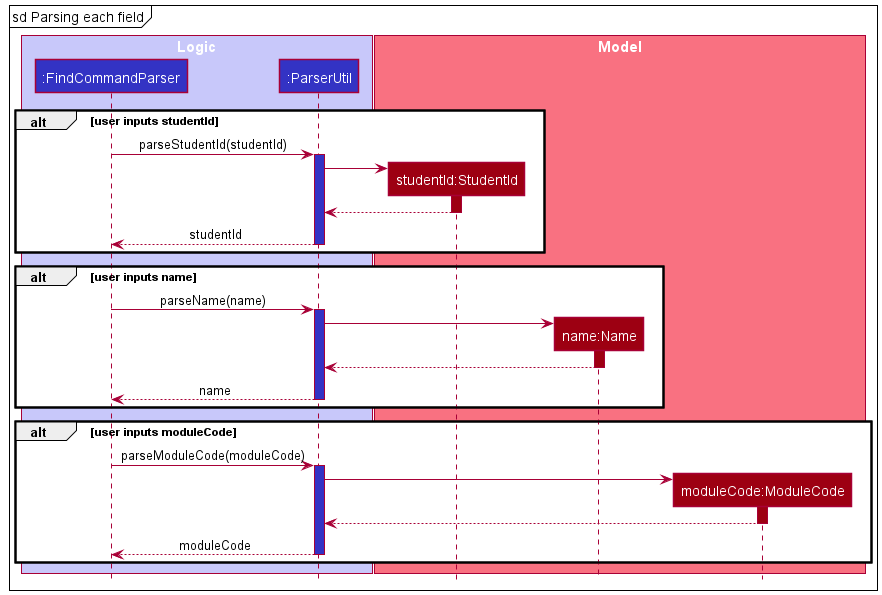
Before: docs/images/FindCommandSequenceDiagram-2.png, a diagram exported from PlantUML (nus-cs2103-AY2122S2/tp). The source it was exported from:
```plantuml
@startuml
!include style.puml

box "Logic" LOGIC_COLOR_T1
participant ":FindCommandParser" as FindCommandParser LOGIC_COLOR
participant ":ParserUtil" as ParserUtil LOGIC_COLOR
end box

box "Model" MODEL_COLOR_T1
participant "studentId:StudentId" as StudentId MODEL_COLOR
participant "name:Name" as Name MODEL_COLOR
participant "moduleCode:ModuleCode" as ModuleCode MODEL_COLOR
end box

mainframe sd Parsing each field

alt user inputs studentId
    FindCommandParser -> ParserUtil ++ LOGIC_COLOR: parseStudentId(studentId)
    create StudentId
    ParserUtil -> StudentId
    activate StudentId MODEL_COLOR
    StudentId --> ParserUtil
    deactivate StudentId
    ParserUtil --> FindCommandParser -- MODEL_COLOR: studentId
end

alt user inputs name
    FindCommandParser -> ParserUtil ++ LOGIC_COLOR: parseName(name)
    create Name
    ParserUtil -> Name
    activate Name MODEL_COLOR
    Name --> ParserUtil
    deactivate Name
    ParserUtil --> FindCommandParser -- MODEL_COLOR: name
end

alt user inputs moduleCode
    FindCommandParser -> ParserUtil ++ LOGIC_COLOR: parseModuleCode(moduleCode)
    create ModuleCode
    ParserUtil -> ModuleCode
    activate ModuleCode MODEL_COLOR
    ModuleCode --> ParserUtil
    deactivate ModuleCode
    ParserUtil --> FindCommandParser -- LOGIC_COLOR: moduleCode
end
@enduml
```
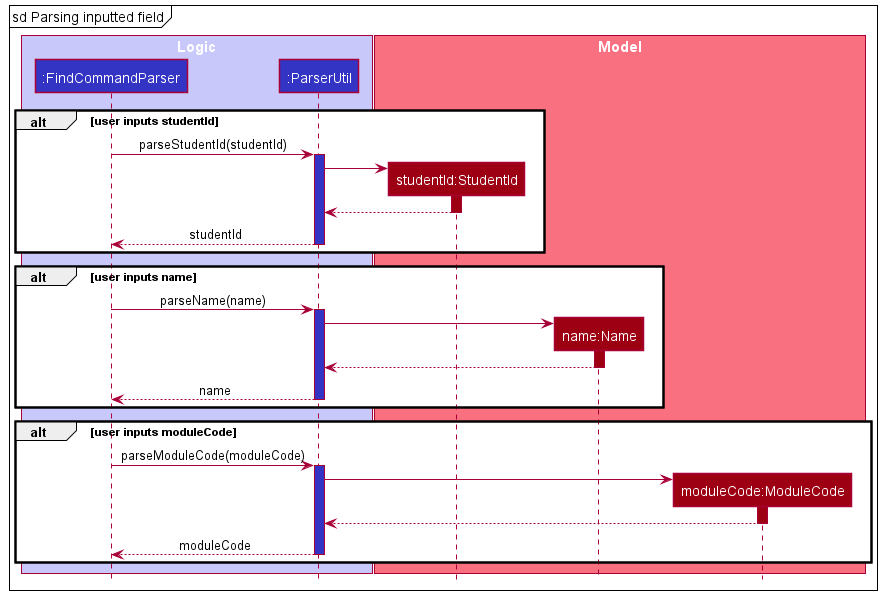
Above is the later version.

Commit message:
Update sequence diagram

Change to the diagram source:
```diff
@@ -12,7 +12,7 @@
 participant "moduleCode:ModuleCode" as ModuleCode MODEL_COLOR
 end box
 
-mainframe sd Parsing each field
+mainframe sd Parsing inputted field
 
 alt user inputs studentId
     FindCommandParser -> ParserUtil ++ LOGIC_COLOR: parseStudentId(studentId)
```
